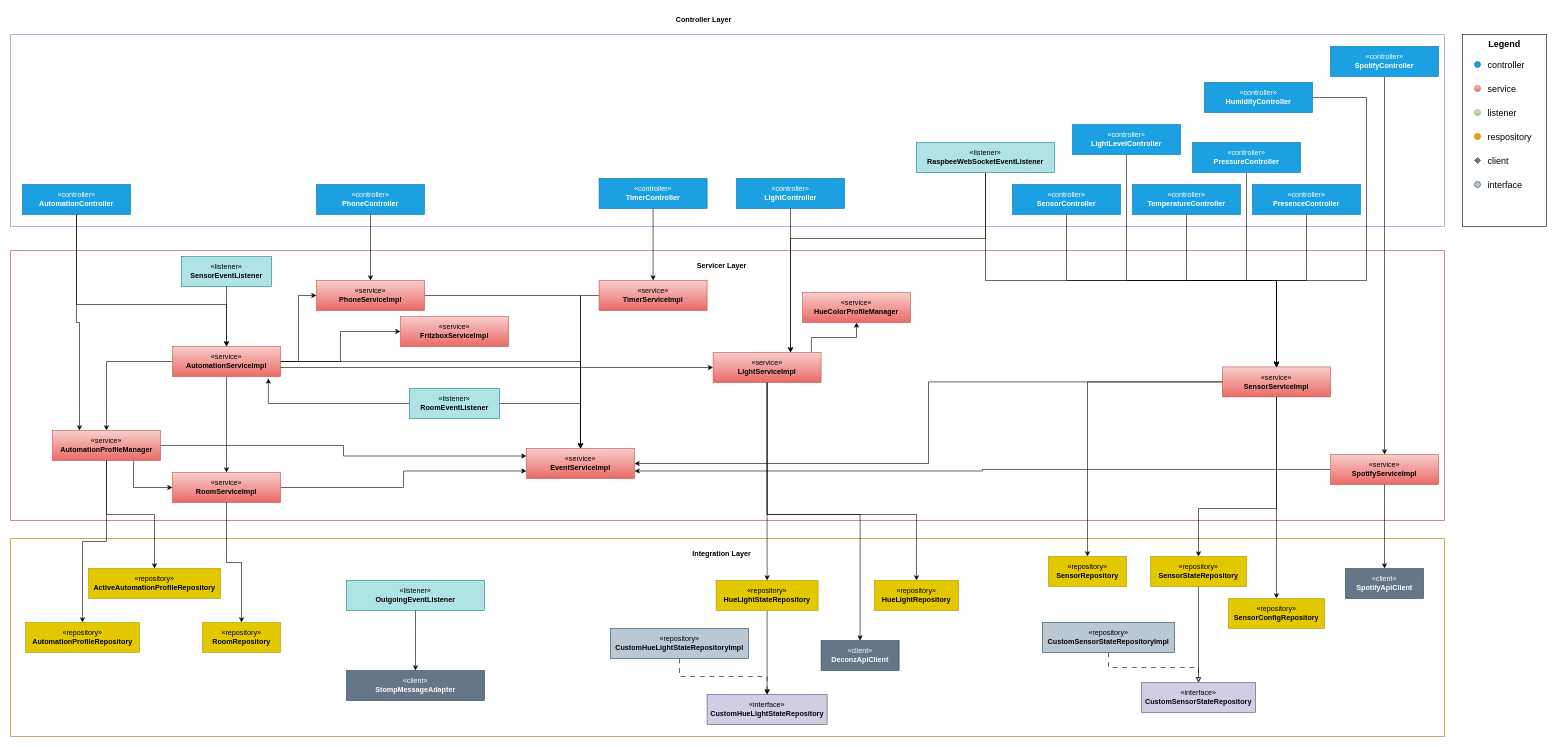
Above: diagrams/layers.drawio in Twigman/tyche (draw.io), before the change. Source tidied: cells renumbered, new cells numbered last; positions are measured from the earlier drawing's top-left corner, leaving out a move shared by most shapes. Both pictures are drawn from the tidied source at 60%, with x=0, y=0 at pixel (10, 10).
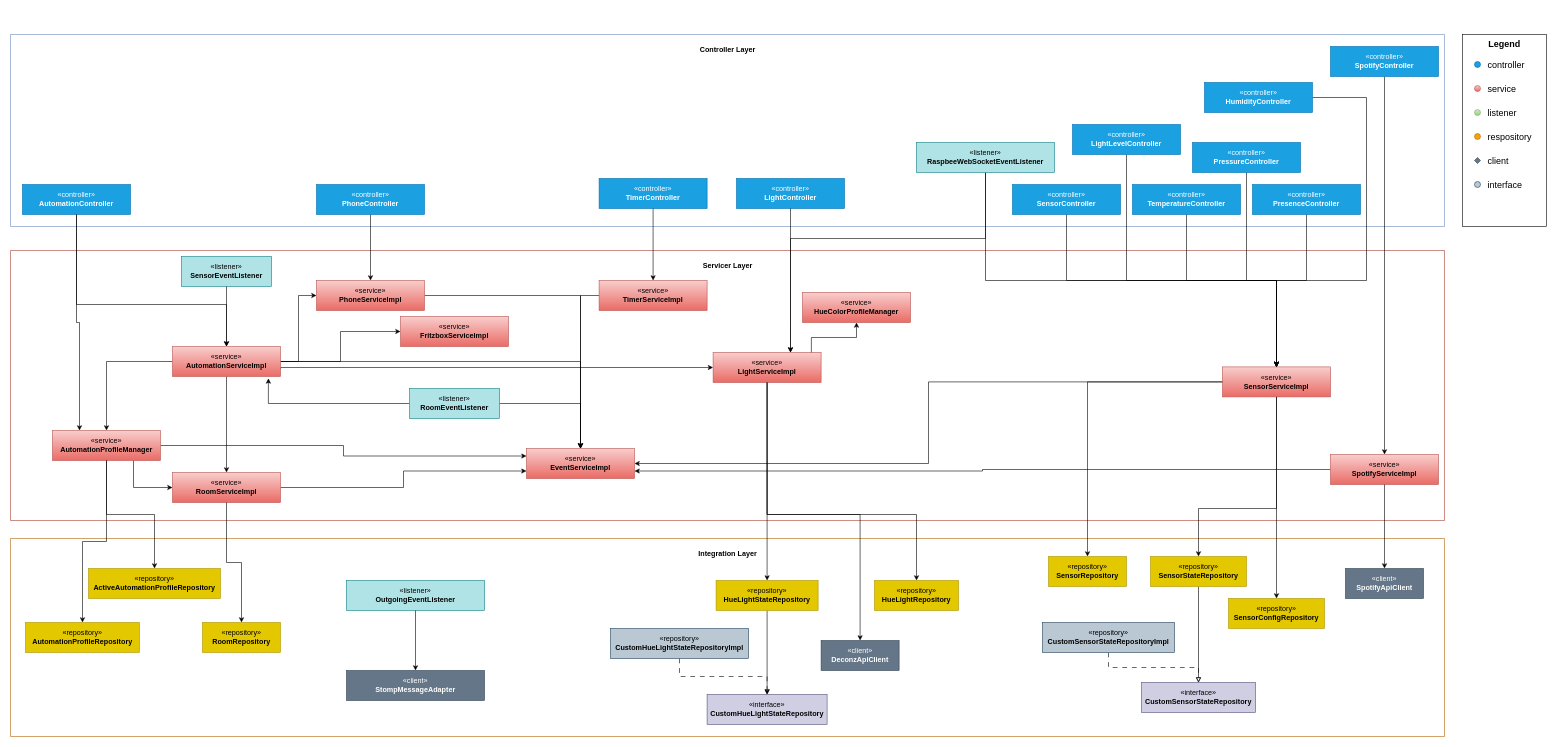
The same page after the edit.

Commit message (it also covers changes not shown here):
changed layers diagram

The change refers to these unchanged cells:
```xml
<mxCell id="2" style="swimlane;startSize=0;fillColor=#dae8fc;gradientColor=#7ea6e0;strokeColor=#6c8ebf;" parent="1" vertex="1">
  <mxGeometry y="40" width="2390" height="320" as="geometry" />
</mxCell>
<mxCell id="6" style="swimlane;startSize=0;fillColor=#fad9d5;strokeColor=#ae4132;" parent="1" vertex="1">
  <mxGeometry y="400" width="2390" height="450" as="geometry" />
</mxCell>
<mxCell id="38" style="swimlane;startSize=0;fillColor=#fad7ac;strokeColor=#b46504;" parent="1" vertex="1">
  <mxGeometry y="880" width="2390" height="330" as="geometry" />
</mxCell>
```

Change to the diagram source:
```diff
@@
+    <mxCell id="82" value="Controller Layer" style="text;html=1;align=center;verticalAlign=middle;strokeColor=none;fillColor=none;fontStyle=1;" parent="2" vertex="1">
+      <mxGeometry x="1140" y="10" width="110" height="30" as="geometry" />
+    </mxCell>
@@
     <mxCell id="7" value="Servicer Layer" style="text;html=1;align=center;verticalAlign=middle;strokeColor=none;fillColor=none;fontStyle=1;" parent="6" vertex="1">
-      <mxGeometry x="1135" y="10" width="100" height="30" as="geometry" />
+      <mxGeometry x="1145" y="10" width="100" height="30" as="geometry" />
     </mxCell>
@@
     <mxCell id="39" value="Integration Layer" style="text;html=1;align=center;verticalAlign=middle;strokeColor=none;fillColor=none;fontStyle=1;" parent="38" vertex="1">
-      <mxGeometry x="1130" y="10" width="110" height="30" as="geometry" />
+      <mxGeometry x="1140" y="10" width="110" height="30" as="geometry" />
     </mxCell>
@@
-    <mxCell id="82" value="Controller Layer" style="text;html=1;align=center;verticalAlign=middle;strokeColor=none;fillColor=none;fontStyle=1;" parent="1" vertex="1">
-      <mxGeometry x="1100" width="110" height="30" as="geometry" />
-    </mxCell>
```
